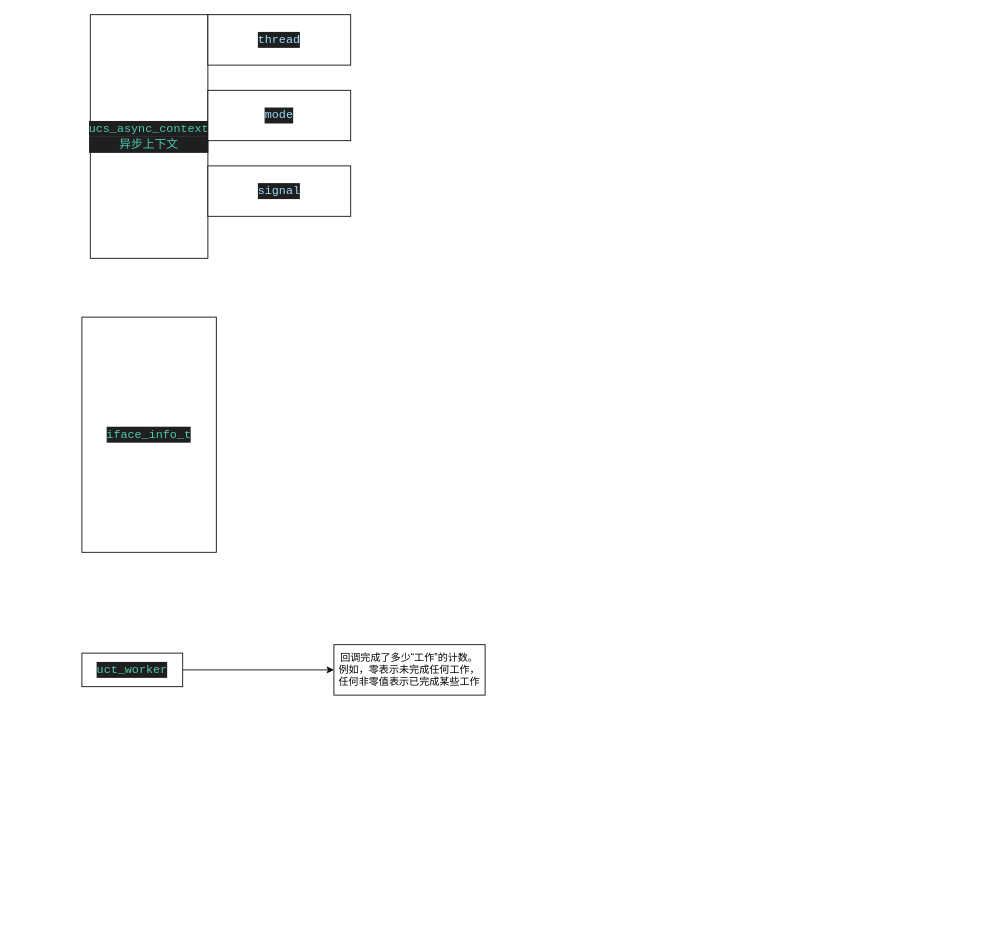
Earlier version of the draw.io diagram category/ucx.drawio (ssbandjl/ucx). Source tidied: cells renumbered, new cells numbered last; positions are measured from the earlier drawing's top-left corner, leaving out a move shared by most shapes. Both pictures are drawn from the tidied source at 84%, with x=0, y=0 at pixel (81, 14).
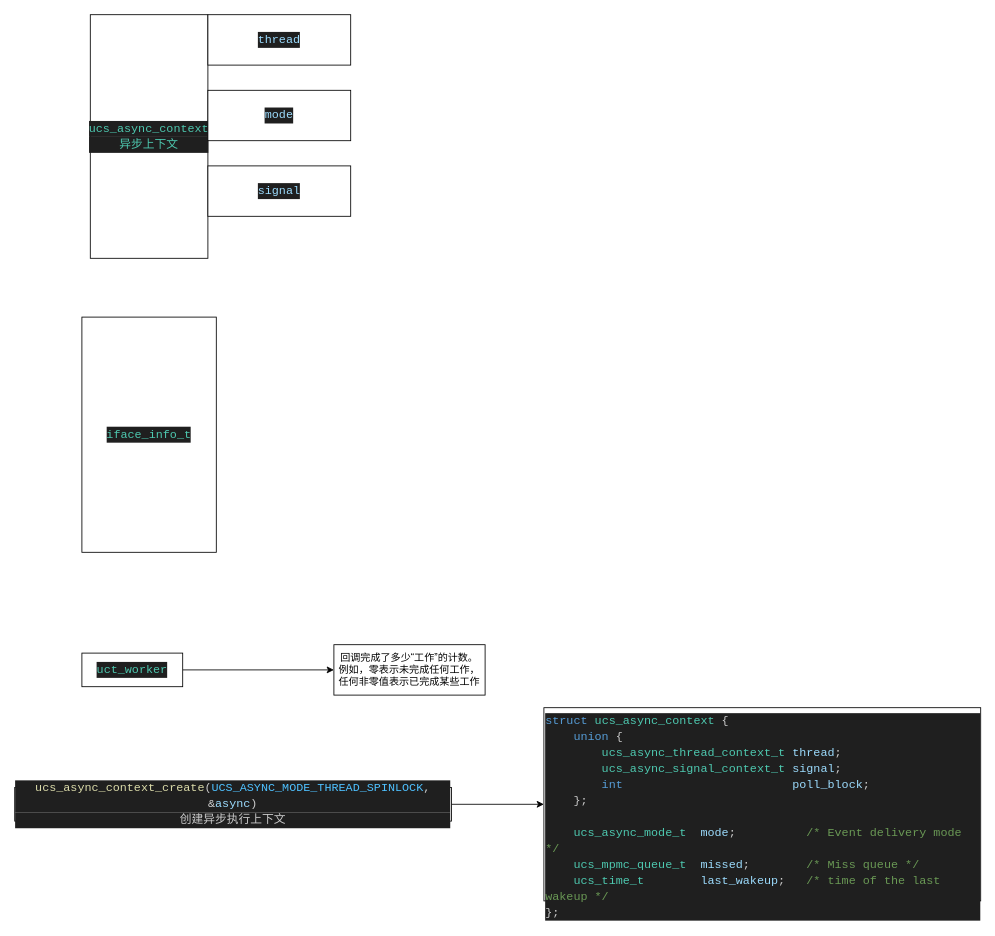
The same diagram, later.

Diff of the diagram source:
```diff
@@
 <mxGraphModel>
   <root>
     <mxCell id="0" />
     <mxCell id="1" parent="0" />
     <mxCell id="2" value="&lt;div style=&quot;color: rgb(204, 204, 204); background-color: rgb(31, 31, 31); font-family: Consolas, &amp;quot;Courier New&amp;quot;, monospace; font-size: 14px; line-height: 19px;&quot;&gt;&lt;span style=&quot;color: #4ec9b0;&quot;&gt;ucs_async_context&lt;/span&gt;&lt;/div&gt;&lt;div style=&quot;background-color: rgb(31, 31, 31); font-family: Consolas, &amp;quot;Courier New&amp;quot;, monospace; font-size: 14px; line-height: 19px;&quot;&gt;&lt;font color=&quot;#4ec9b0&quot;&gt;异步上下文&lt;/font&gt;&lt;/div&gt;" style="whiteSpace=wrap;html=1;" parent="1" vertex="1">
       <mxGeometry x="10" width="140" height="290" as="geometry" />
     </mxCell>
     <mxCell id="3" value="&lt;div style=&quot;color: rgb(204, 204, 204); background-color: rgb(31, 31, 31); font-family: Consolas, &amp;quot;Courier New&amp;quot;, monospace; font-size: 14px; line-height: 19px;&quot;&gt;&lt;span style=&quot;color: #9cdcfe;&quot;&gt;thread&lt;/span&gt;&lt;/div&gt;" style="whiteSpace=wrap;html=1;" parent="1" vertex="1">
       <mxGeometry x="150" width="170" height="60" as="geometry" />
     </mxCell>
     <mxCell id="4" value="&lt;div style=&quot;color: rgb(204, 204, 204); background-color: rgb(31, 31, 31); font-family: Consolas, &amp;quot;Courier New&amp;quot;, monospace; font-size: 14px; line-height: 19px;&quot;&gt;&lt;div style=&quot;line-height: 19px;&quot;&gt;&lt;span style=&quot;color: #9cdcfe;&quot;&gt;mode&lt;/span&gt;&lt;/div&gt;&lt;/div&gt;" style="whiteSpace=wrap;html=1;" parent="1" vertex="1">
       <mxGeometry x="150" y="90" width="170" height="60" as="geometry" />
     </mxCell>
     <mxCell id="5" value="&lt;div style=&quot;color: rgb(204, 204, 204); background-color: rgb(31, 31, 31); font-family: Consolas, &amp;quot;Courier New&amp;quot;, monospace; font-size: 14px; line-height: 19px;&quot;&gt;&lt;div style=&quot;line-height: 19px;&quot;&gt;&lt;div style=&quot;line-height: 19px;&quot;&gt;&lt;span style=&quot;color: #9cdcfe;&quot;&gt;signal&lt;/span&gt;&lt;/div&gt;&lt;/div&gt;&lt;/div&gt;" style="whiteSpace=wrap;html=1;" parent="1" vertex="1">
       <mxGeometry x="150" y="180" width="170" height="60" as="geometry" />
     </mxCell>
     <mxCell id="6" value="&lt;div style=&quot;color: rgb(204, 204, 204); background-color: rgb(31, 31, 31); font-family: Consolas, &amp;quot;Courier New&amp;quot;, monospace; font-size: 14px; line-height: 19px;&quot;&gt;&lt;div style=&quot;line-height: 19px;&quot;&gt;&lt;span style=&quot;color: #4ec9b0;&quot;&gt;iface_info_t&lt;/span&gt;&lt;/div&gt;&lt;/div&gt;" style="whiteSpace=wrap;html=1;" parent="1" vertex="1">
       <mxGeometry y="360" width="160" height="280" as="geometry" />
     </mxCell>
     <mxCell id="7" style="edgeStyle=orthogonalEdgeStyle;html=1;exitX=1;exitY=0.5;exitDx=0;exitDy=0;" parent="1" edge="1" source="8" target="9">
       <mxGeometry relative="1" as="geometry" />
     </mxCell>
     <mxCell id="8" value="&lt;div style=&quot;color: rgb(204, 204, 204); background-color: rgb(31, 31, 31); font-family: Consolas, &amp;quot;Courier New&amp;quot;, monospace; font-size: 14px; line-height: 19px;&quot;&gt;&lt;div style=&quot;line-height: 19px;&quot;&gt;&lt;div style=&quot;line-height: 19px;&quot;&gt;&lt;span style=&quot;color: #4ec9b0;&quot;&gt;uct_worker&lt;/span&gt;&lt;/div&gt;&lt;/div&gt;&lt;/div&gt;" style="whiteSpace=wrap;html=1;" parent="1" vertex="1">
       <mxGeometry y="760" width="120" height="40" as="geometry" />
     </mxCell>
     <mxCell id="9" value="回调完成了多少“工作”的计数。 例如，零表示未完成任何工作，任何非零值表示已完成某些工作" style="whiteSpace=wrap;html=1;" parent="1" vertex="1">
       <mxGeometry x="300" y="750" width="180" height="60" as="geometry" />
     </mxCell>
+    <mxCell id="10" style="edgeStyle=none;html=1;exitX=1;exitY=0.5;exitDx=0;exitDy=0;entryX=0;entryY=0.5;entryDx=0;entryDy=0;" parent="1" edge="1" source="11" target="12">
+      <mxGeometry relative="1" as="geometry" />
+    </mxCell>
+    <mxCell id="11" value="&lt;div style=&quot;color: rgb(204, 204, 204); background-color: rgb(31, 31, 31); font-family: Consolas, &amp;quot;Courier New&amp;quot;, monospace; font-size: 14px; line-height: 19px;&quot;&gt;&lt;span style=&quot;color: #dcdcaa;&quot;&gt;ucs_async_context_create&lt;/span&gt;(&lt;span style=&quot;color: #4fc1ff;&quot;&gt;UCS_ASYNC_MODE_THREAD_SPINLOCK&lt;/span&gt;, &lt;span style=&quot;color: #d4d4d4;&quot;&gt;&amp;amp;&lt;/span&gt;&lt;span style=&quot;color: #9cdcfe;&quot;&gt;async&lt;/span&gt;)&lt;/div&gt;&lt;div style=&quot;color: rgb(204, 204, 204); background-color: rgb(31, 31, 31); font-family: Consolas, &amp;quot;Courier New&amp;quot;, monospace; font-size: 14px; line-height: 19px;&quot;&gt;创建异步执行上下文&lt;/div&gt;" style="whiteSpace=wrap;html=1;" parent="1" vertex="1">
+      <mxGeometry x="-80" y="920" width="520" height="40" as="geometry" />
+    </mxCell>
+    <mxCell id="12" value="&lt;div style=&quot;color: rgb(204, 204, 204); background-color: rgb(31, 31, 31); font-family: Consolas, &amp;quot;Courier New&amp;quot;, monospace; font-size: 14px; line-height: 19px;&quot;&gt;&lt;div style=&quot;line-height: 19px;&quot;&gt;&lt;div&gt;&lt;span style=&quot;color: #569cd6;&quot;&gt;struct&lt;/span&gt; &lt;span style=&quot;color: #4ec9b0;&quot;&gt;ucs_async_context&lt;/span&gt; {&lt;/div&gt;&lt;div&gt;&amp;nbsp; &amp;nbsp; &lt;span style=&quot;color: #569cd6;&quot;&gt;union&lt;/span&gt; {&lt;/div&gt;&lt;div&gt;&amp;nbsp; &amp;nbsp; &amp;nbsp; &amp;nbsp; &lt;span style=&quot;color: #4ec9b0;&quot;&gt;ucs_async_thread_context_t&lt;/span&gt; &lt;span style=&quot;color: #9cdcfe;&quot;&gt;thread&lt;/span&gt;;&lt;/div&gt;&lt;div&gt;&amp;nbsp; &amp;nbsp; &amp;nbsp; &amp;nbsp; &lt;span style=&quot;color: #4ec9b0;&quot;&gt;ucs_async_signal_context_t&lt;/span&gt; &lt;span style=&quot;color: #9cdcfe;&quot;&gt;signal&lt;/span&gt;;&lt;/div&gt;&lt;div&gt;&amp;nbsp; &amp;nbsp; &amp;nbsp; &amp;nbsp; &lt;span style=&quot;color: #569cd6;&quot;&gt;int&lt;/span&gt; &amp;nbsp; &amp;nbsp; &amp;nbsp; &amp;nbsp; &amp;nbsp; &amp;nbsp; &amp;nbsp; &amp;nbsp; &amp;nbsp; &amp;nbsp; &amp;nbsp; &amp;nbsp;&lt;span style=&quot;color: #9cdcfe;&quot;&gt;poll_block&lt;/span&gt;;&lt;/div&gt;&lt;div&gt;&amp;nbsp; &amp;nbsp; };&lt;/div&gt;&lt;br&gt;&lt;div&gt;&amp;nbsp; &amp;nbsp; &lt;span style=&quot;color: #4ec9b0;&quot;&gt;ucs_async_mode_t&lt;/span&gt; &amp;nbsp;&lt;span style=&quot;color: #9cdcfe;&quot;&gt;mode&lt;/span&gt;;&lt;span style=&quot;color: #6a9955;&quot;&gt; &amp;nbsp; &amp;nbsp; &amp;nbsp; &amp;nbsp; &amp;nbsp;/* Event delivery mode */&lt;/span&gt;&lt;/div&gt;&lt;div&gt;&amp;nbsp; &amp;nbsp; &lt;span style=&quot;color: #4ec9b0;&quot;&gt;ucs_mpmc_queue_t&lt;/span&gt; &amp;nbsp;&lt;span style=&quot;color: #9cdcfe;&quot;&gt;missed&lt;/span&gt;;&lt;span style=&quot;color: #6a9955;&quot;&gt; &amp;nbsp; &amp;nbsp; &amp;nbsp; &amp;nbsp;/* Miss queue */&lt;/span&gt;&lt;/div&gt;&lt;div&gt;&amp;nbsp; &amp;nbsp; &lt;span style=&quot;color: #4ec9b0;&quot;&gt;ucs_time_t&lt;/span&gt; &amp;nbsp; &amp;nbsp; &amp;nbsp; &amp;nbsp;&lt;span style=&quot;color: #9cdcfe;&quot;&gt;last_wakeup&lt;/span&gt;;&lt;span style=&quot;color: #6a9955;&quot;&gt; &amp;nbsp; /* time of the last wakeup */&lt;/span&gt;&lt;/div&gt;&lt;div&gt;};&lt;/div&gt;&lt;/div&gt;&lt;/div&gt;" style="whiteSpace=wrap;html=1;align=left;verticalAlign=top;" parent="1" vertex="1">
+      <mxGeometry x="550" y="825" width="520" height="230" as="geometry" />
+    </mxCell>
   </root>
 </mxGraphModel>
```
